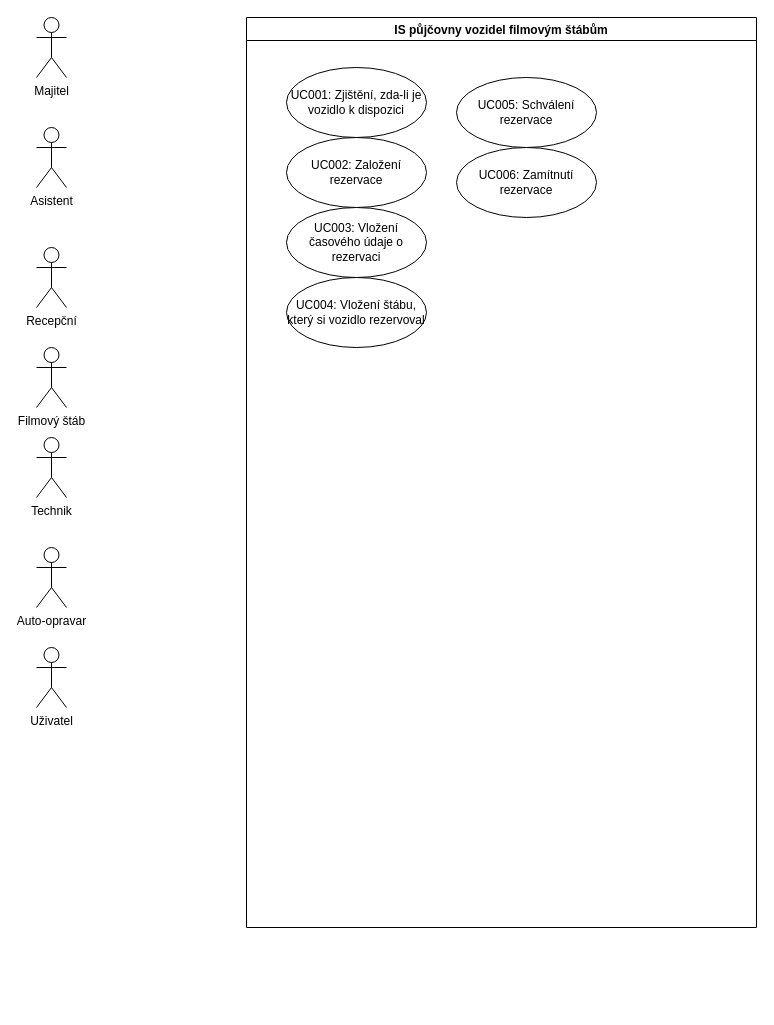
This is Untitled Diagram.drawio from byte98/upce-bswin, a draw.io file, before an edit. Source tidied: cells renumbered, new cells numbered last; positions are measured from the earlier drawing's top-left corner, leaving out a move shared by most shapes. Both pictures are drawn from the tidied source at 100%, with x=0, y=0 at pixel (36, 17).
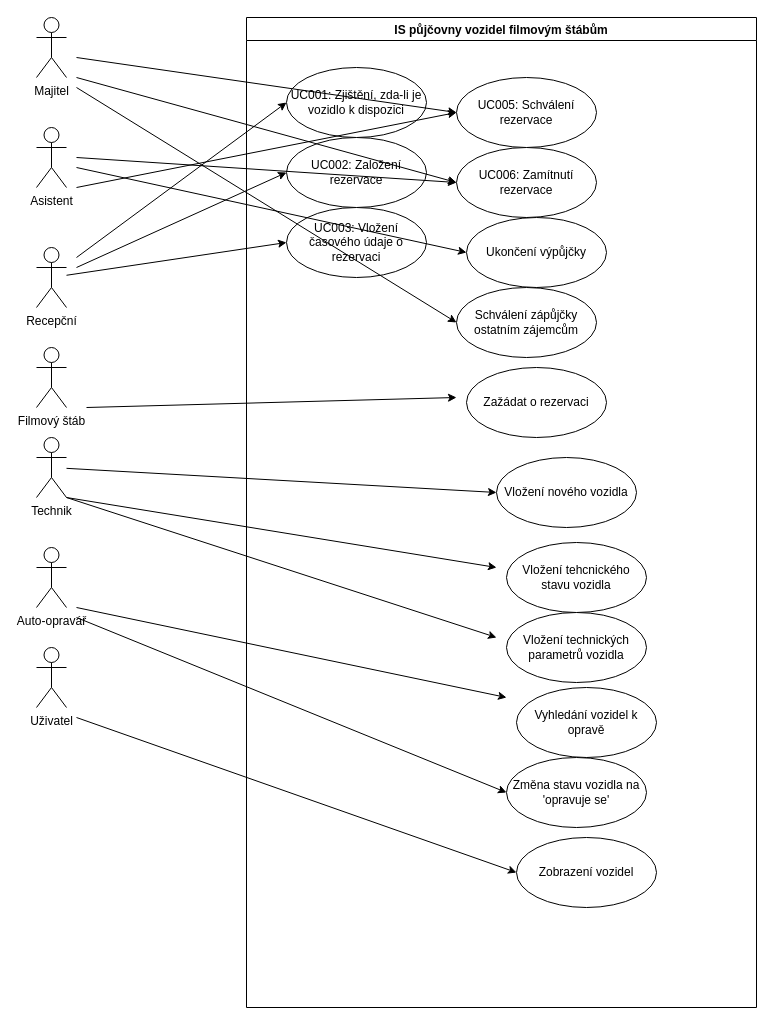
The same diagram, later.

Unchanged cells that the change refers to:
```xml
<mxCell id="4" value="Recepční" style="shape=umlActor;verticalLabelPosition=bottom;verticalAlign=top;html=1;outlineConnect=0;" parent="1" vertex="1">
  <mxGeometry y="230" width="30" height="60" as="geometry" />
</mxCell>
<mxCell id="6" value="Technik" style="shape=umlActor;verticalLabelPosition=bottom;verticalAlign=top;html=1;outlineConnect=0;" parent="1" vertex="1">
  <mxGeometry y="420" width="30" height="60" as="geometry" />
</mxCell>
<mxCell id="9" value="UC001: Zjištění, zda-li je vozidlo k dispozici" style="ellipse;whiteSpace=wrap;html=1;" parent="8" vertex="1">
  <mxGeometry x="40" y="50" width="140" height="70" as="geometry" />
</mxCell>
<mxCell id="10" value="UC002: Založení rezervace" style="ellipse;whiteSpace=wrap;html=1;" parent="8" vertex="1">
  <mxGeometry x="40" y="120" width="140" height="70" as="geometry" />
</mxCell>
<mxCell id="11" value="UC003: Vložení časového údaje o rezervaci" style="ellipse;whiteSpace=wrap;html=1;" parent="8" vertex="1">
  <mxGeometry x="40" y="190" width="140" height="70" as="geometry" />
</mxCell>
<mxCell id="13" value="UC005: Schválení rezervace" style="ellipse;whiteSpace=wrap;html=1;" parent="8" vertex="1">
  <mxGeometry x="210" y="60" width="140" height="70" as="geometry" />
</mxCell>
<mxCell id="14" value="UC006: Zamítnutí rezervace" style="ellipse;whiteSpace=wrap;html=1;" parent="8" vertex="1">
  <mxGeometry x="210" y="130" width="140" height="70" as="geometry" />
</mxCell>
```

What changed in the source:
```diff
@@
-    <mxCell id="7" value="Auto-opravar" style="shape=umlActor;verticalLabelPosition=bottom;verticalAlign=top;html=1;" parent="1" vertex="1">
+    <mxCell id="7" value="Auto-opravář" style="shape=umlActor;verticalLabelPosition=bottom;verticalAlign=top;html=1;" parent="1" vertex="1">
       <mxGeometry y="530" width="30" height="60" as="geometry" />
     </mxCell>
     <mxCell id="8" value="IS půjčovny vozidel filmovým štábům" style="swimlane;" parent="1" vertex="1">
-      <mxGeometry x="210" width="510" height="910" as="geometry" />
+      <mxGeometry x="210" width="510" height="990" as="geometry" />
     </mxCell>
@@
-    <mxCell id="12" value="UC004: Vložení štábu, který si vozidlo rezervoval" style="ellipse;whiteSpace=wrap;html=1;" parent="8" vertex="1">
-      <mxGeometry x="40" y="260" width="140" height="70" as="geometry" />
-    </mxCell>
@@
+    <mxCell id="16" value="Ukončení výpůjčky" style="ellipse;whiteSpace=wrap;html=1;" parent="8" vertex="1">
+      <mxGeometry x="220" y="200" width="140" height="70" as="geometry" />
+    </mxCell>
+    <mxCell id="17" value="Schválení zápůjčky ostatním zájemcům" style="ellipse;whiteSpace=wrap;html=1;" parent="8" vertex="1">
+      <mxGeometry x="210" y="270" width="140" height="70" as="geometry" />
+    </mxCell>
+    <mxCell id="18" value="Zažádat o rezervaci" style="ellipse;whiteSpace=wrap;html=1;" parent="8" vertex="1">
+      <mxGeometry x="220" y="350" width="140" height="70" as="geometry" />
+    </mxCell>
+    <mxCell id="19" value="Vložení nového vozidla" style="ellipse;whiteSpace=wrap;html=1;" parent="8" vertex="1">
+      <mxGeometry x="250" y="440" width="140" height="70" as="geometry" />
+    </mxCell>
+    <mxCell id="20" value="Vložení tehcnického stavu vozidla" style="ellipse;whiteSpace=wrap;html=1;" parent="8" vertex="1">
+      <mxGeometry x="260" y="525" width="140" height="70" as="geometry" />
+    </mxCell>
+    <mxCell id="21" value="Vložení technických parametrů vozidla" style="ellipse;whiteSpace=wrap;html=1;" parent="8" vertex="1">
+      <mxGeometry x="260" y="595" width="140" height="70" as="geometry" />
+    </mxCell>
+    <mxCell id="22" value="Vyhledání vozidel k opravě" style="ellipse;whiteSpace=wrap;html=1;" parent="8" vertex="1">
+      <mxGeometry x="270" y="670" width="140" height="70" as="geometry" />
+    </mxCell>
+    <mxCell id="23" value="Změna stavu vozidla na 'opravuje se'&lt;br&gt;" style="ellipse;whiteSpace=wrap;html=1;" parent="8" vertex="1">
+      <mxGeometry x="260" y="740" width="140" height="70" as="geometry" />
+    </mxCell>
+    <mxCell id="24" value="&lt;div&gt;Zobrazení vozidel&lt;/div&gt;" style="ellipse;whiteSpace=wrap;html=1;" parent="8" vertex="1">
+      <mxGeometry x="270" y="820" width="140" height="70" as="geometry" />
+    </mxCell>
@@
+    <mxCell id="25" style="endArrow=classic;html=1;rounded=0;entryX=0;entryY=0.5;entryDx=0;entryDy=0;" parent="1" edge="1" target="9">
+      <mxGeometry relative="1" as="geometry">
+        <mxPoint x="40" y="240" as="sourcePoint" />
+      </mxGeometry>
+    </mxCell>
+    <mxCell id="26" style="endArrow=classic;html=1;rounded=0;entryX=0;entryY=0.5;entryDx=0;entryDy=0;" parent="1" edge="1" target="10">
+      <mxGeometry relative="1" as="geometry">
+        <mxPoint x="40" y="250" as="sourcePoint" />
+      </mxGeometry>
+    </mxCell>
+    <mxCell id="27" style="endArrow=classic;html=1;rounded=0;entryX=0;entryY=0.5;entryDx=0;entryDy=0;" parent="1" edge="1" source="4" target="11">
+      <mxGeometry relative="1" as="geometry" />
+    </mxCell>
+    <mxCell id="28" style="endArrow=classic;html=1;rounded=0;entryX=0;entryY=0.5;entryDx=0;entryDy=0;" parent="1" edge="1" target="13">
+      <mxGeometry relative="1" as="geometry">
+        <mxPoint x="40" y="40" as="sourcePoint" />
+      </mxGeometry>
+    </mxCell>
+    <mxCell id="29" style="endArrow=classic;html=1;rounded=0;entryX=0;entryY=0.5;entryDx=0;entryDy=0;" parent="1" edge="1" target="13">
+      <mxGeometry relative="1" as="geometry">
+        <mxPoint x="40" y="170" as="sourcePoint" />
+      </mxGeometry>
+    </mxCell>
+    <mxCell id="30" style="endArrow=classic;html=1;rounded=0;entryX=0;entryY=0.5;entryDx=0;entryDy=0;" parent="1" edge="1" target="14">
+      <mxGeometry relative="1" as="geometry">
+        <mxPoint x="40" y="60" as="sourcePoint" />
+      </mxGeometry>
+    </mxCell>
+    <mxCell id="31" style="endArrow=classic;html=1;rounded=0;entryX=0;entryY=0.5;entryDx=0;entryDy=0;" parent="1" edge="1" target="14">
+      <mxGeometry relative="1" as="geometry">
+        <mxPoint x="40" y="140" as="sourcePoint" />
+      </mxGeometry>
+    </mxCell>
+    <mxCell id="32" style="endArrow=classic;html=1;rounded=0;entryX=0;entryY=0.5;entryDx=0;entryDy=0;" parent="1" edge="1" target="16">
+      <mxGeometry relative="1" as="geometry">
+        <mxPoint x="40" y="150" as="sourcePoint" />
+      </mxGeometry>
+    </mxCell>
+    <mxCell id="33" style="endArrow=classic;html=1;rounded=0;entryX=0;entryY=0.5;entryDx=0;entryDy=0;" parent="1" edge="1" target="17">
+      <mxGeometry relative="1" as="geometry">
+        <mxPoint x="40" y="70" as="sourcePoint" />
+      </mxGeometry>
+    </mxCell>
+    <mxCell id="34" style="endArrow=classic;html=1;rounded=0;" parent="1" edge="1">
+      <mxGeometry relative="1" as="geometry">
+        <mxPoint x="50" y="390" as="sourcePoint" />
+        <mxPoint x="420" y="380" as="targetPoint" />
+      </mxGeometry>
+    </mxCell>
+    <mxCell id="35" style="endArrow=classic;html=1;rounded=0;entryX=0;entryY=0.5;entryDx=0;entryDy=0;" parent="1" edge="1" source="6" target="19">
+      <mxGeometry relative="1" as="geometry" />
+    </mxCell>
+    <mxCell id="36" style="endArrow=classic;html=1;rounded=0;" parent="1" edge="1">
+      <mxGeometry relative="1" as="geometry">
+        <mxPoint x="30" y="480" as="sourcePoint" />
+        <mxPoint x="460" y="550" as="targetPoint" />
+      </mxGeometry>
+    </mxCell>
+    <mxCell id="37" style="endArrow=classic;html=1;rounded=0;" parent="1" edge="1">
+      <mxGeometry relative="1" as="geometry">
+        <mxPoint x="30" y="480" as="sourcePoint" />
+        <mxPoint x="460" y="620" as="targetPoint" />
+      </mxGeometry>
+    </mxCell>
+    <mxCell id="38" style="endArrow=classic;html=1;rounded=0;" parent="1" edge="1">
+      <mxGeometry relative="1" as="geometry">
+        <mxPoint x="40" y="590" as="sourcePoint" />
+        <mxPoint x="470" y="680" as="targetPoint" />
+      </mxGeometry>
+    </mxCell>
+    <mxCell id="39" style="endArrow=classic;html=1;rounded=0;entryX=0;entryY=0.5;entryDx=0;entryDy=0;" parent="1" edge="1" target="23">
+      <mxGeometry relative="1" as="geometry">
+        <mxPoint x="40" y="600" as="sourcePoint" />
+      </mxGeometry>
+    </mxCell>
+    <mxCell id="40" style="endArrow=classic;html=1;rounded=0;entryX=0;entryY=0.5;entryDx=0;entryDy=0;" parent="1" edge="1" target="24">
+      <mxGeometry relative="1" as="geometry">
+        <mxPoint x="40" y="700" as="sourcePoint" />
+      </mxGeometry>
+    </mxCell>
```
